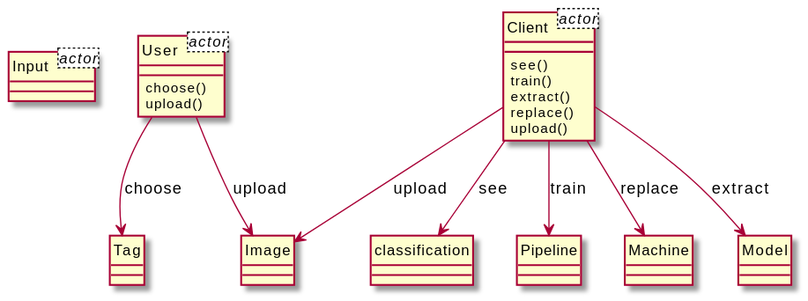
Before: output/diagram_5/2016-USC-Project04.svg, a diagram exported from PlantUML (xixixhalu/DomainModelExtractor).
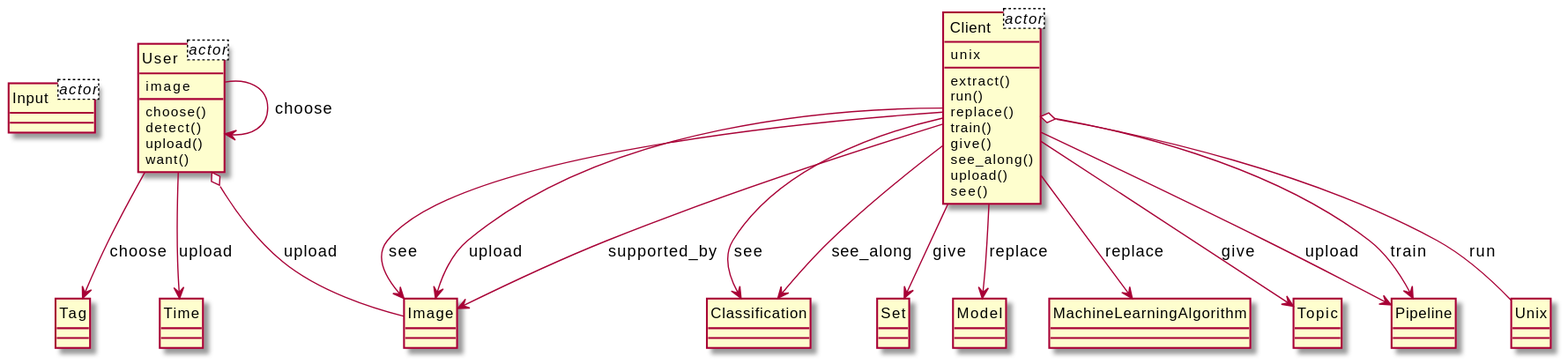
After the commit.

What changed in the source:
```diff
@@ -3,37 +3,61 @@
 class Input<actor> {
 }
 class User<actor> {
+	image
 }
 class Client<actor> {
+	unix
+}
+class User {
+	choose()
+	detect()
+	upload()
+	want()
+}
+class Tag {
 }
 class Client {
+	extract()
+	run()
+	replace()
+	train()
+	give()
+	see_along()
+	upload()
 	see()
-	train()
-	extract()
-	replace()
-	upload()
+}
+class Pipeline {
+}
+class Unix {
+}
+class Classification {
 }
 class Image {
 }
-class User {
-	choose()
-	upload()
-}
-class Tag {
+class Set {
 }
 class Model {
 }
-class classification {
+class MachineLearningAlgorithm {
 }
-class Pipeline {
+class Time {
 }
-class Machine {
+class Topic {
 }
-Client --> Model : extract
+Client --> Classification : see
+Client --> Image : see
+Client --> Classification : see_along
+Client --> Topic : give
+User --> User : choose
+Client --> Pipeline : upload
 Client --> Image : upload
-Client --> Machine : replace
-Client --> classification : see
-User --> Image : upload
+User --> Time : upload
+Client --> Model : replace
+Client --> Pipeline : train
+Client o-- Unix : run
+Client --> Image : supported_by
 User --> Tag : choose
-Client --> Pipeline : train
+Client --> MachineLearningAlgorithm : replace
+Client --> Set : give
+User o-- Image : upload
 @enduml
```
